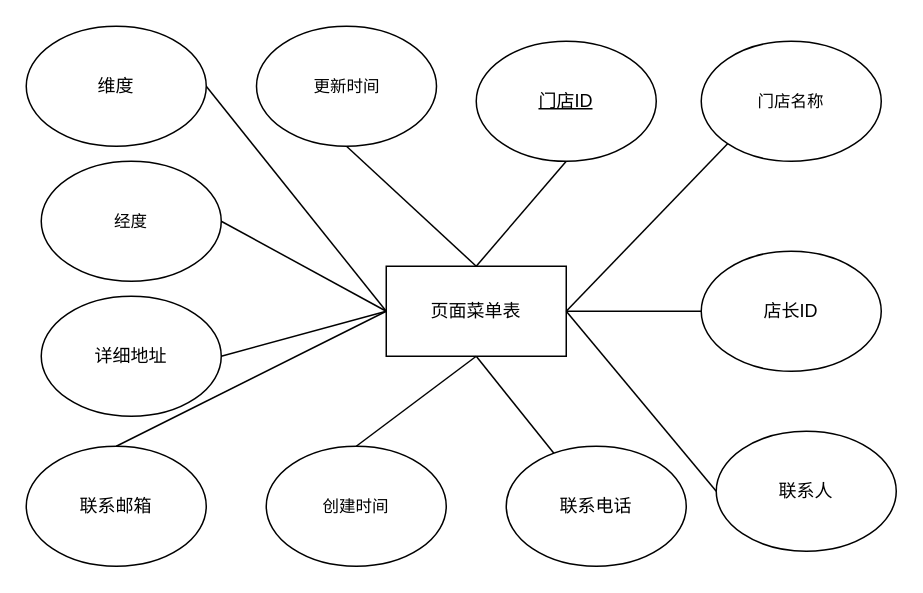
Above: draw.io/er图/门店实体属性图.drawio in JokerPoor/-------- (draw.io), before the change. Source tidied: cells renumbered, new cells numbered last; positions are measured from the earlier drawing's top-left corner, leaving out a move shared by most shapes. Both pictures are drawn from the tidied source at 150%, with x=0, y=0 at pixel (26, 26).
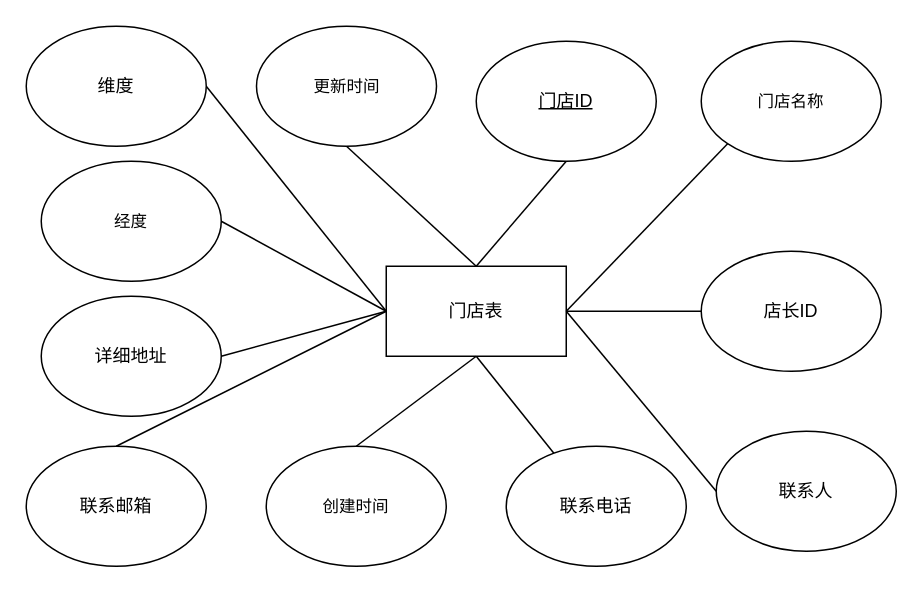
The same page after the edit.

Commit message (it also covers changes not shown here):
更新门店实体属性图.drawio

What changed in the source:
```diff
@@
-    <mxCell id="3" value="页面菜单表" style="rounded=0;whiteSpace=wrap;html=1;" parent="1" vertex="1">
+    <mxCell id="3" value="门店表" style="rounded=0;whiteSpace=wrap;html=1;" parent="1" vertex="1">
       <mxGeometry x="240" y="160" width="120" height="60" as="geometry" />
     </mxCell>
```
